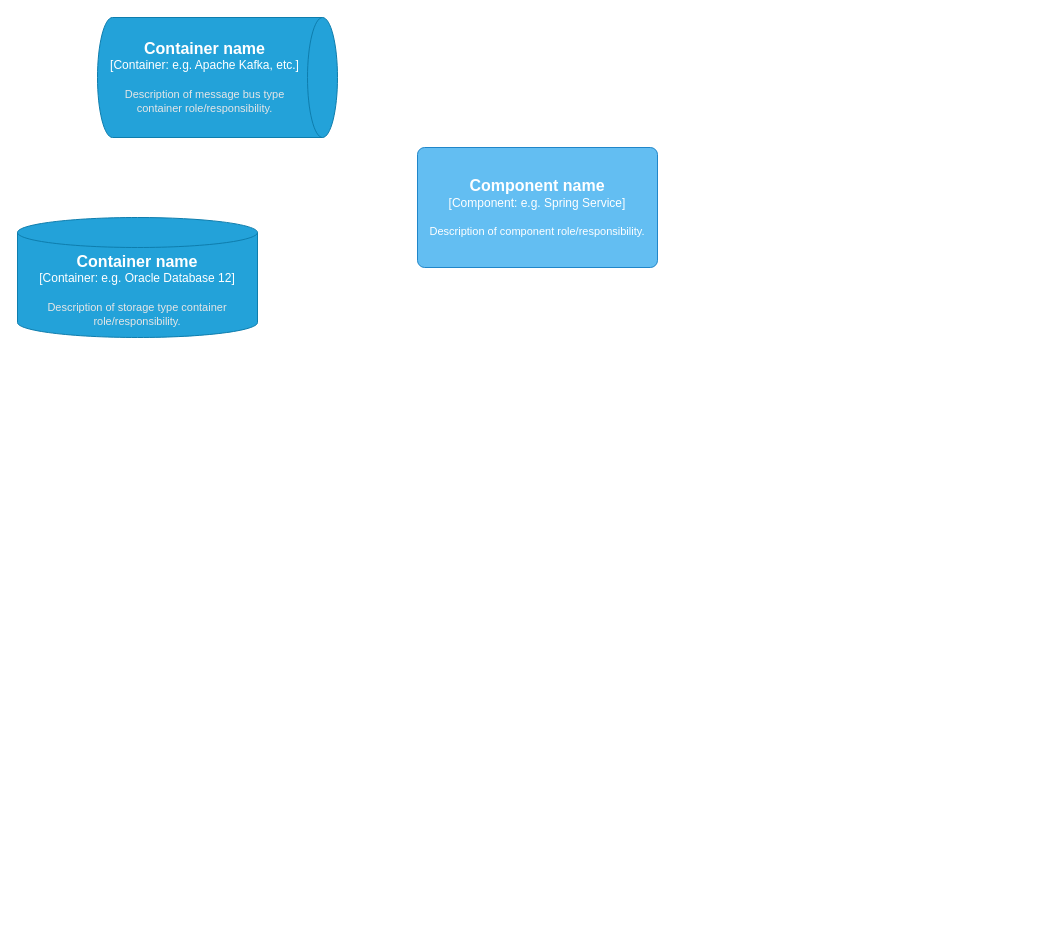
Before: page "Container item_metadata" (2 of 4) of test_metadata.drawio in NadezhdaVoytova/Books, a draw.io diagram. Source tidied: cells renumbered, new cells numbered last; positions are measured from the earlier drawing's top-left corner, leaving out a move shared by most shapes. Both pictures are drawn from the tidied source at 100%, with x=0, y=0 at pixel (17, 17).
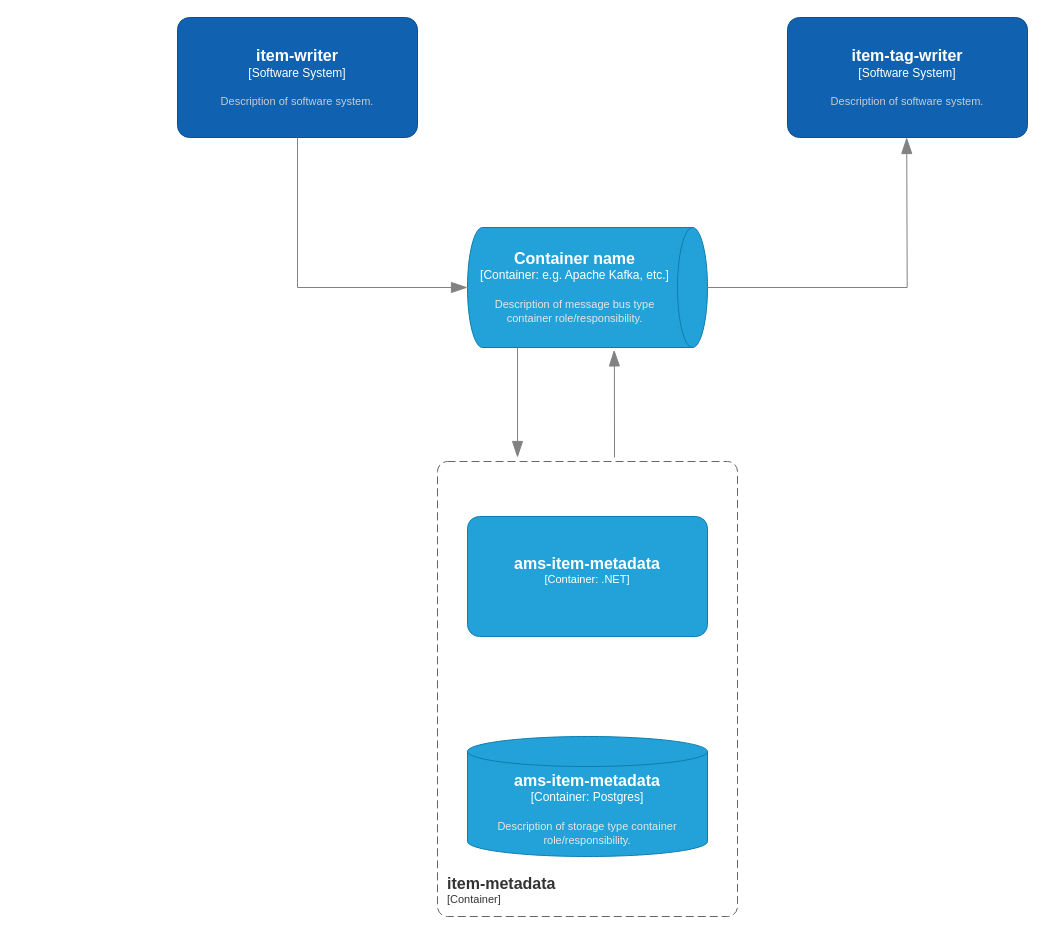
The same diagram, later.

Change to the diagram source:
```diff
@@
+    <object id="3" label="&lt;font style=&quot;font-size: 16px&quot;&gt;&lt;b&gt;%c4Type%&lt;/b&gt;&lt;/font&gt;&lt;div&gt;[%c4Container%:&amp;nbsp;%c4Technology%]&lt;/div&gt;&lt;br&gt;&lt;div&gt;&lt;font style=&quot;font-size: 11px&quot;&gt;&lt;font color=&quot;#E6E6E6&quot;&gt;%c4Description%&lt;/font&gt;&lt;/div&gt;" c4Container="Container" c4Description="Description of storage type container role/responsibility." c4Technology="Postgres" c4Type="ams-item-metadata" placeholders="1">
+      <mxCell style="shape=cylinder3;size=15;whiteSpace=wrap;html=1;boundedLbl=1;rounded=0;labelBackgroundColor=none;fillColor=#23A2D9;fontSize=12;fontColor=#ffffff;align=center;strokeColor=#0E7DAD;" parent="1" vertex="1">
+        <mxGeometry x="450" y="719" width="240" height="120" as="geometry" />
+      </mxCell>
+    </object>
+    <object id="5" label="&lt;font style=&quot;font-size: 16px&quot;&gt;&lt;b&gt;%c4Name%&lt;/b&gt;&lt;/font&gt;&lt;div&gt;[%c4Type%: %c4Technology%]&lt;/div&gt;&lt;br&gt;&lt;div&gt;&lt;font style=&quot;font-size: 11px&quot;&gt;&lt;font color=&quot;#E6E6E6&quot;&gt;%c4Description%&lt;/font&gt;&lt;/div&gt;" c4Description="" c4Name="ams-item-metadata" c4Technology=".NET" c4Type="Container" placeholders="1">
+      <mxCell style="rounded=1;whiteSpace=wrap;html=1;fontSize=11;labelBackgroundColor=none;fillColor=#23A2D9;fontColor=#ffffff;align=center;arcSize=10;strokeColor=#0E7DAD;" parent="1" vertex="1">
+        <mxGeometry x="450" y="499" width="240" height="120" as="geometry" />
+      </mxCell>
+    </object>
+    <object id="6" label="&lt;font style=&quot;font-size: 16px&quot;&gt;&lt;b&gt;&lt;div style=&quot;text-align: left&quot;&gt;%c4Name%&lt;/div&gt;&lt;/b&gt;&lt;/font&gt;&lt;div style=&quot;text-align: left&quot;&gt;[%c4Application%]&lt;/div&gt;" c4Application="Container" c4Name="item-metadata" placeholders="1">
+      <mxCell style="rounded=1;fontSize=11;whiteSpace=wrap;html=1;dashed=1;arcSize=20;fillColor=none;strokeColor=#666666;fontColor=#333333;labelBackgroundColor=none;align=left;verticalAlign=bottom;labelBorderColor=none;spacingTop=0;spacing=10;dashPattern=8 4;perimeter=rectanglePerimeter;noLabel=0;labelPadding=0;absoluteArcSize=1;" parent="1" vertex="1">
+        <mxGeometry x="420" y="444" width="300" height="455" as="geometry" />
+      </mxCell>
+    </object>
     <object id="2" label="&lt;font style=&quot;font-size: 16px&quot;&gt;&lt;b&gt;%c4Type%&lt;/b&gt;&lt;/font&gt;&lt;div&gt;[%c4Container%:&amp;nbsp;%c4Technology%]&lt;/div&gt;&lt;br&gt;&lt;div&gt;&lt;font style=&quot;font-size: 11px&quot;&gt;&lt;font color=&quot;#E6E6E6&quot;&gt;%c4Description%&lt;/font&gt;&lt;/div&gt;" c4Container="Container" c4Description="Description of message bus type container role/responsibility." c4Technology="e.g. Apache Kafka, etc." c4Type="Container name" placeholders="1">
       <mxCell style="shape=cylinder3;size=15;direction=south;whiteSpace=wrap;html=1;boundedLbl=1;rounded=0;labelBackgroundColor=none;fillColor=#23A2D9;fontSize=12;fontColor=#ffffff;align=center;strokeColor=#0E7DAD;points=[[0.5,0,0],[1,0.25,0],[1,0.5,0],[1,0.75,0],[0.5,1,0],[0,0.75,0],[0,0.5,0],[0,0.25,0]];" parent="1" vertex="1">
-        <mxGeometry x="80" width="240" height="120" as="geometry" />
+        <mxGeometry x="450" y="210" width="240" height="120" as="geometry" />
       </mxCell>
     </object>
-    <object id="3" label="&lt;font style=&quot;font-size: 16px&quot;&gt;&lt;b&gt;%c4Type%&lt;/b&gt;&lt;/font&gt;&lt;div&gt;[%c4Container%:&amp;nbsp;%c4Technology%]&lt;/div&gt;&lt;br&gt;&lt;div&gt;&lt;font style=&quot;font-size: 11px&quot;&gt;&lt;font color=&quot;#E6E6E6&quot;&gt;%c4Description%&lt;/font&gt;&lt;/div&gt;" c4Container="Container" c4Description="Description of storage type container role/responsibility." c4Technology="e.g. Oracle Database 12" c4Type="Container name" placeholders="1">
-      <mxCell style="shape=cylinder3;size=15;whiteSpace=wrap;html=1;boundedLbl=1;rounded=0;labelBackgroundColor=none;fillColor=#23A2D9;fontSize=12;fontColor=#ffffff;align=center;strokeColor=#0E7DAD;" parent="1" vertex="1">
-        <mxGeometry y="200" width="240" height="120" as="geometry" />
-      </mxCell>
-    </object>
-    <object id="4" label="&lt;font style=&quot;font-size: 16px&quot;&gt;&lt;b&gt;%c4Name%&lt;/b&gt;&lt;/font&gt;&lt;div&gt;[%c4Type%: %c4Technology%]&lt;/div&gt;&lt;br&gt;&lt;div&gt;&lt;font style=&quot;font-size: 11px&quot;&gt;%c4Description%&lt;/font&gt;&lt;/div&gt;" c4Description="Description of component role/responsibility." c4Name="Component name" c4Technology="e.g. Spring Service" c4Type="Component" placeholders="1">
-      <mxCell style="rounded=1;whiteSpace=wrap;html=1;labelBackgroundColor=none;fillColor=#63BEF2;fontColor=#ffffff;align=center;arcSize=6;strokeColor=#2086C9;" parent="1" vertex="1">
-        <mxGeometry x="400" y="130" width="240" height="120" as="geometry" />
-      </mxCell>
-    </object>
+    <object id="7" label="&lt;font style=&quot;font-size: 16px&quot;&gt;&lt;b&gt;%c4Name%&lt;/b&gt;&lt;/font&gt;&lt;div&gt;[%c4Type%]&lt;/div&gt;&lt;br&gt;&lt;div&gt;&lt;font style=&quot;font-size: 11px&quot;&gt;&lt;font color=&quot;#cccccc&quot;&gt;%c4Description%&lt;/font&gt;&lt;/div&gt;" c4Description="Description of software system." c4Name="item-writer" c4Type="Software System" placeholders="1">
+      <mxCell style="rounded=1;whiteSpace=wrap;html=1;labelBackgroundColor=none;fillColor=#1061B0;fontColor=#ffffff;align=center;arcSize=10;strokeColor=#0D5091;points=[[0.25,0,0],[0.5,0,0],[0.75,0,0],[1,0.25,0],[1,0.5,0],[1,0.75,0],[0.75,1,0],[0.5,1,0],[0.25,1,0],[0,0.75,0],[0,0.5,0],[0,0.25,0]];" parent="1" vertex="1">
+        <mxGeometry x="160" width="240" height="120" as="geometry" />
+      </mxCell>
+    </object>
+    <object id="8" label="&lt;font style=&quot;font-size: 16px&quot;&gt;&lt;b&gt;%c4Name%&lt;/b&gt;&lt;/font&gt;&lt;div&gt;[%c4Type%]&lt;/div&gt;&lt;br&gt;&lt;div&gt;&lt;font style=&quot;font-size: 11px&quot;&gt;&lt;font color=&quot;#cccccc&quot;&gt;%c4Description%&lt;/font&gt;&lt;/div&gt;" c4Description="Description of software system." c4Name="item-tag-writer" c4Type="Software System" placeholders="1">
+      <mxCell style="rounded=1;whiteSpace=wrap;html=1;labelBackgroundColor=none;fillColor=#1061B0;fontColor=#ffffff;align=center;arcSize=10;strokeColor=#0D5091;" parent="1" vertex="1">
+        <mxGeometry x="770" width="240" height="120" as="geometry" />
+      </mxCell>
+    </object>
+    <mxCell id="9" style="endArrow=blockThin;html=1;fontSize=10;fontColor=#404040;strokeWidth=1;endFill=1;strokeColor=#828282;elbow=vertical;endSize=14;startSize=14;jumpStyle=arc;jumpSize=16;rounded=0;edgeStyle=orthogonalEdgeStyle;" parent="1" edge="1" source="7" target="2">
+      <mxGeometry relative="1" as="geometry">
+        <Array as="points">
+          <mxPoint x="280" y="270" />
+        </Array>
+      </mxGeometry>
+    </mxCell>
+    <mxCell id="10" style="endArrow=blockThin;html=1;fontSize=10;fontColor=#404040;strokeWidth=1;endFill=1;strokeColor=#828282;elbow=vertical;endSize=14;startSize=14;jumpStyle=arc;jumpSize=16;rounded=0;edgeStyle=orthogonalEdgeStyle;" parent="1" edge="1" source="2">
+      <mxGeometry relative="1" as="geometry">
+        <mxPoint x="500" y="440" as="targetPoint" />
+        <Array as="points">
+          <mxPoint x="500" y="440" />
+        </Array>
+      </mxGeometry>
+    </mxCell>
+    <mxCell id="11" style="endArrow=blockThin;html=1;fontSize=10;fontColor=#404040;strokeWidth=1;endFill=1;strokeColor=#828282;elbow=vertical;endSize=14;startSize=14;jumpStyle=arc;jumpSize=16;rounded=0;edgeStyle=orthogonalEdgeStyle;entryX=1.02;entryY=0.389;entryDx=0;entryDy=0;entryPerimeter=0;" parent="1" edge="1" target="2">
+      <mxGeometry relative="1" as="geometry">
+        <mxPoint x="597" y="440" as="sourcePoint" />
+      </mxGeometry>
+    </mxCell>
+    <mxCell id="12" style="endArrow=blockThin;html=1;fontSize=10;fontColor=#404040;strokeWidth=1;endFill=1;strokeColor=#828282;elbow=vertical;endSize=14;startSize=14;jumpStyle=arc;jumpSize=16;rounded=0;edgeStyle=orthogonalEdgeStyle;entryX=1.02;entryY=0.389;entryDx=0;entryDy=0;entryPerimeter=0;" parent="1" edge="1" source="2">
+      <mxGeometry relative="1" as="geometry">
+        <mxPoint x="889.2" y="120" as="targetPoint" />
+      </mxGeometry>
+    </mxCell>
```
